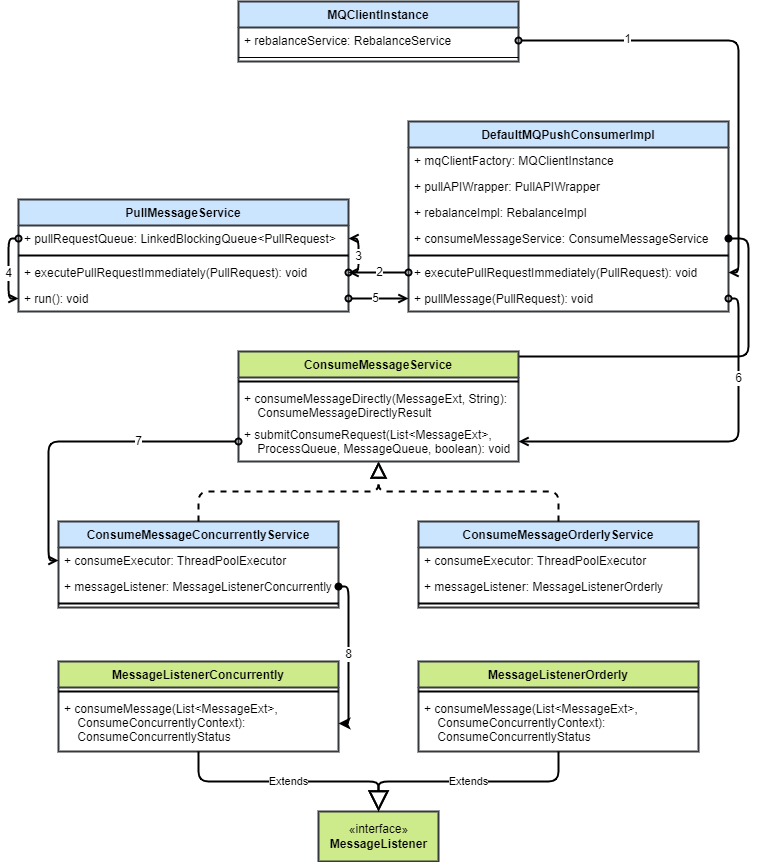
The draw.io diagram assets/rocketmq-consume-message/rocketmq-consume-message-service-class.drawio.png in HScarb/knowledge, before a commit. Source tidied: cells renumbered, new cells last; positions are measured from the earlier drawing's top-left corner, leaving out a move shared by most shapes.
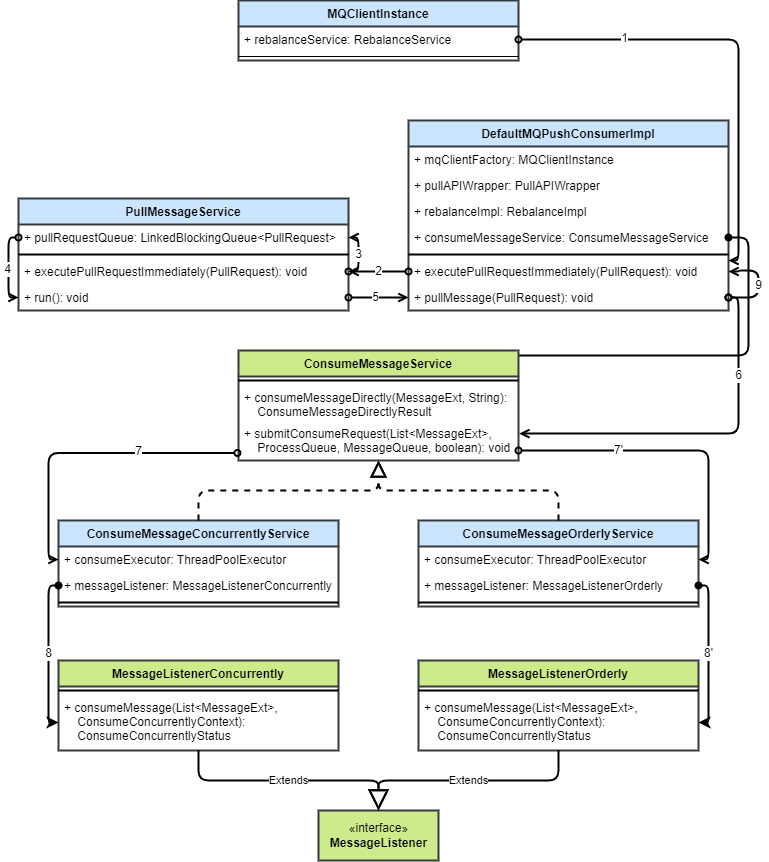
After the change.

Diff of the diagram source:
```diff
@@ -53,6 +53,21 @@
     <mxCell id="18" value="+ executePullRequestImmediately(PullRequest): void" style="text;strokeColor=none;fillColor=none;align=left;verticalAlign=top;spacingLeft=4;spacingRight=4;overflow=hidden;points=[[0,0.5],[1,0.5]];portConstraint=eastwest;glass=0;strokeWidth=2;" parent="12" vertex="1">
       <mxGeometry y="138" width="320" height="26" as="geometry" />
     </mxCell>
+    <mxCell id="58" style="edgeStyle=orthogonalEdgeStyle;html=1;fontSize=12;startArrow=oval;startFill=0;endArrow=open;endFill=0;strokeWidth=2;" parent="12" edge="1" source="19" target="18">
+      <mxGeometry relative="1" as="geometry">
+        <Array as="points">
+          <mxPoint x="350" y="177" />
+          <mxPoint x="350" y="150" />
+          <mxPoint x="330" y="150" />
+          <mxPoint x="330" y="151" />
+        </Array>
+      </mxGeometry>
+    </mxCell>
+    <mxCell id="59" value="9" style="edgeLabel;html=1;align=center;verticalAlign=middle;fontSize=12;" parent="58" vertex="1">
+      <mxGeometry x="0.11" relative="1" as="geometry">
+        <mxPoint y="6" as="offset" />
+      </mxGeometry>
+    </mxCell>
     <mxCell id="19" value="+ pullMessage(PullRequest): void" style="text;strokeColor=none;fillColor=none;align=left;verticalAlign=top;spacingLeft=4;spacingRight=4;overflow=hidden;points=[[0,0.5],[1,0.5]];portConstraint=eastwest;glass=0;strokeWidth=2;" parent="12" vertex="1">
       <mxGeometry y="164" width="320" height="26" as="geometry" />
     </mxCell>
@@ -77,7 +92,7 @@
     </mxCell>
     <mxCell id="23" value="4" style="edgeLabel;html=1;align=center;verticalAlign=middle;fontSize=12;" parent="22" vertex="1">
       <mxGeometry x="-0.21" y="-2" relative="1" as="geometry">
-        <mxPoint x="2" y="13" as="offset" />
+        <mxPoint x="1" y="10" as="offset" />
       </mxGeometry>
     </mxCell>
     <mxCell id="24" value="+ pullRequestQueue: LinkedBlockingQueue&lt;PullRequest&gt;" style="text;strokeColor=none;fillColor=none;align=left;verticalAlign=top;spacingLeft=4;spacingRight=4;overflow=hidden;points=[[0,0.5],[1,0.5]];portConstraint=eastwest;glass=0;strokeWidth=2;" parent="21" vertex="1">
@@ -134,7 +149,7 @@
       <mxGeometry relative="1" as="geometry">
         <Array as="points">
           <mxPoint x="730" y="39" />
-          <mxPoint x="730" y="271" />
+          <mxPoint x="730" y="260" />
         </Array>
       </mxGeometry>
     </mxCell>
@@ -153,28 +168,28 @@
     <mxCell id="42" value="+ submitConsumeRequest(List&lt;MessageExt&gt;, &#10;    ProcessQueue, MessageQueue, boolean): void" style="text;strokeColor=none;fillColor=none;align=left;verticalAlign=top;spacingLeft=4;spacingRight=4;overflow=hidden;points=[[0,0.5],[1,0.5]];portConstraint=eastwest;glass=0;strokeWidth=2;" parent="39" vertex="1">
       <mxGeometry y="70" width="280" height="40" as="geometry" />
     </mxCell>
-    <mxCell id="43" style="edgeStyle=orthogonalEdgeStyle;html=1;startArrow=oval;startFill=0;endArrow=open;endFill=0;strokeWidth=2;" parent="1" edge="1" source="19" target="42">
+    <mxCell id="43" style="edgeStyle=orthogonalEdgeStyle;html=1;startArrow=oval;startFill=0;endArrow=open;endFill=0;strokeWidth=2;entryX=1.003;entryY=0.328;entryDx=0;entryDy=0;entryPerimeter=0;" parent="1" edge="1" source="19" target="42">
       <mxGeometry relative="1" as="geometry">
         <Array as="points">
           <mxPoint x="730" y="297" />
-          <mxPoint x="730" y="440" />
+          <mxPoint x="730" y="433" />
         </Array>
       </mxGeometry>
     </mxCell>
     <mxCell id="44" value="6" style="edgeLabel;html=1;align=center;verticalAlign=middle;fontSize=12;" parent="43" vertex="1">
       <mxGeometry x="-0.52" relative="1" as="geometry" />
     </mxCell>
-    <mxCell id="45" style="edgeStyle=orthogonalEdgeStyle;html=1;startArrow=oval;startFill=0;endArrow=open;endFill=0;strokeWidth=2;" parent="1" edge="1" source="42" target="3">
+    <mxCell id="45" style="edgeStyle=orthogonalEdgeStyle;html=1;startArrow=oval;startFill=0;endArrow=open;endFill=0;strokeWidth=2;exitX=-0.004;exitY=0.811;exitDx=0;exitDy=0;exitPerimeter=0;" parent="1" edge="1" source="42" target="3">
       <mxGeometry relative="1" as="geometry">
         <Array as="points">
-          <mxPoint x="40" y="440" />
+          <mxPoint x="40" y="452" />
           <mxPoint x="40" y="559" />
         </Array>
       </mxGeometry>
     </mxCell>
     <mxCell id="46" value="7" style="edgeLabel;html=1;align=center;verticalAlign=middle;fontSize=12;" parent="45" vertex="1">
       <mxGeometry x="0.39" y="-1" relative="1" as="geometry">
-        <mxPoint x="91" y="-31" as="offset" />
+        <mxPoint x="91" y="-25" as="offset" />
       </mxGeometry>
     </mxCell>
     <mxCell id="47" value="«interface»&lt;br&gt;&lt;b&gt;MessageListener&lt;/b&gt;" style="html=1;fillColor=#cdeb8b;strokeColor=#36393d;strokeWidth=2;" parent="1" vertex="1">
@@ -207,8 +222,8 @@
     <mxCell id="56" style="edgeStyle=orthogonalEdgeStyle;html=1;startArrow=oval;startFill=1;endArrow=classic;endFill=1;strokeWidth=2;" parent="1" edge="1" source="4" target="50">
       <mxGeometry relative="1" as="geometry">
         <Array as="points">
-          <mxPoint x="340" y="585" />
-          <mxPoint x="340" y="722" />
+          <mxPoint x="40" y="585" />
+          <mxPoint x="40" y="722" />
         </Array>
       </mxGeometry>
     </mxCell>
@@ -217,5 +232,31 @@
         <mxPoint x="-2" y="21" as="offset" />
       </mxGeometry>
     </mxCell>
+    <mxCell id="60" style="edgeStyle=orthogonalEdgeStyle;html=1;startArrow=oval;startFill=0;endArrow=open;endFill=0;strokeWidth=2;" parent="1" edge="1" source="42" target="7">
+      <mxGeometry relative="1" as="geometry">
+        <Array as="points">
+          <mxPoint x="700" y="450" />
+          <mxPoint x="700" y="559" />
+        </Array>
+      </mxGeometry>
+    </mxCell>
+    <mxCell id="61" value="7'" style="edgeLabel;html=1;align=center;verticalAlign=middle;fontSize=12;" parent="60" vertex="1">
+      <mxGeometry x="-0.74" y="2" relative="1" as="geometry">
+        <mxPoint x="60" y="2" as="offset" />
+      </mxGeometry>
+    </mxCell>
+    <mxCell id="62" style="edgeStyle=orthogonalEdgeStyle;html=1;startArrow=oval;startFill=1;endArrow=classic;endFill=1;strokeWidth=2;" parent="1" edge="1" source="8" target="53">
+      <mxGeometry relative="1" as="geometry">
+        <Array as="points">
+          <mxPoint x="700" y="585" />
+          <mxPoint x="700" y="722" />
+        </Array>
+      </mxGeometry>
+    </mxCell>
+    <mxCell id="63" value="8'" style="edgeLabel;html=1;align=center;verticalAlign=middle;fontSize=12;" parent="62" vertex="1">
+      <mxGeometry x="-0.27" y="2" relative="1" as="geometry">
+        <mxPoint x="-2" y="21" as="offset" />
+      </mxGeometry>
+    </mxCell>
   </root>
 </mxGraphModel>
```
